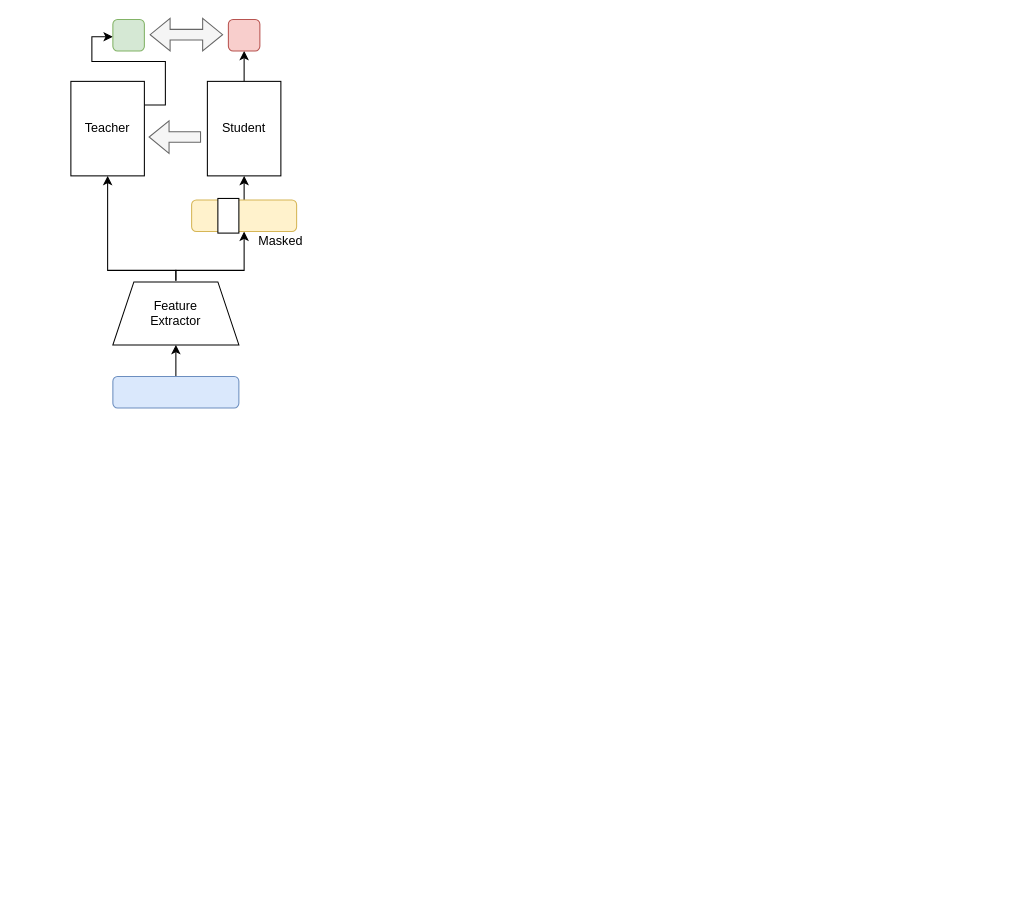
Before: Drafts/data2vec.drawio in xrysamuel/my-drawio, a draw.io diagram. Source tidied: cells renumbered, new cells numbered last; positions are measured from the earlier drawing's top-left corner, leaving out a move shared by most shapes. Both pictures are drawn from the tidied source at 105%, with x=0, y=0 at pixel (70, 19).
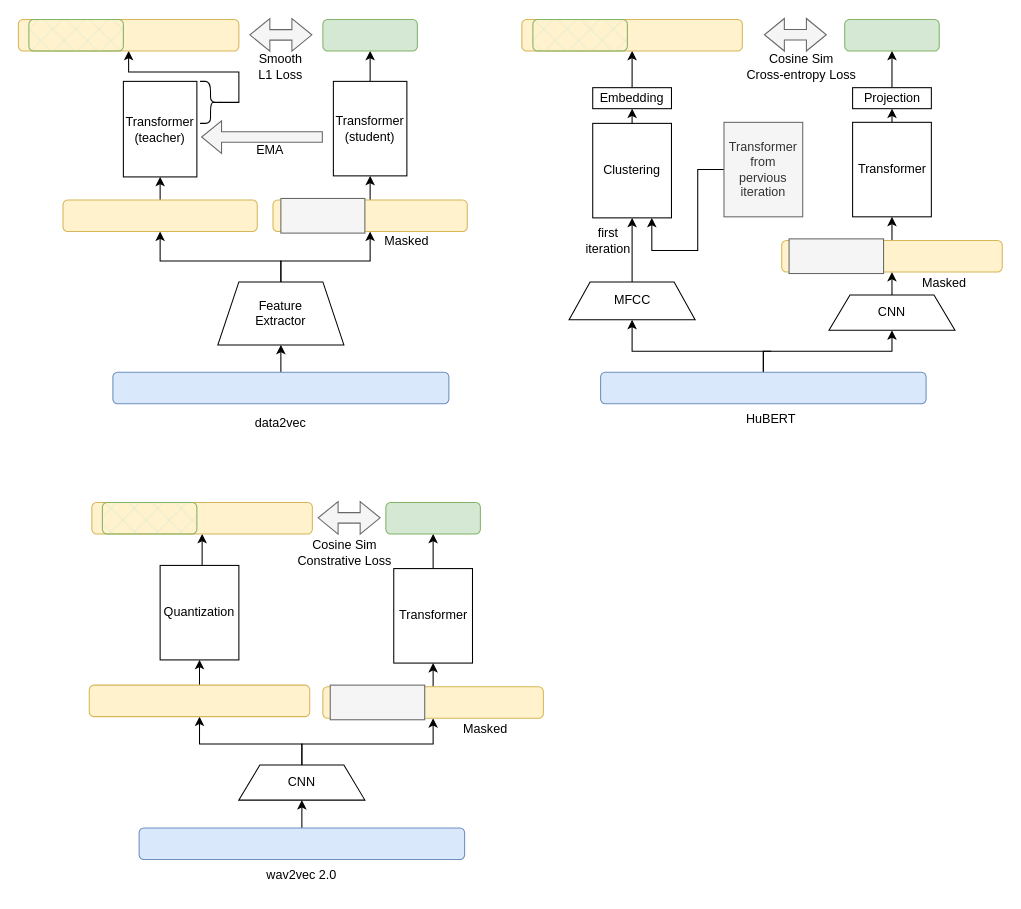
The same page after the edit.

What changed in the source:
```diff
@@
-    <mxCell id="3" style="edgeStyle=orthogonalEdgeStyle;rounded=0;jettySize=auto;html=1;exitX=0.5;exitY=0;exitDx=0;exitDy=0;" parent="1" edge="1" target="6">
-      <mxGeometry relative="1" as="geometry">
-        <mxPoint x="100" y="249" as="sourcePoint" />
-        <Array as="points">
-          <mxPoint x="100" y="239" />
-          <mxPoint x="35" y="239" />
-        </Array>
-      </mxGeometry>
-    </mxCell>
-    <mxCell id="4" style="edgeStyle=orthogonalEdgeStyle;rounded=0;jettySize=auto;html=1;exitX=0.5;exitY=0;exitDx=0;exitDy=0;entryX=0.5;entryY=1;entryDx=0;entryDy=0;" parent="1" edge="1" target="15">
+    <mxCell id="4" style="edgeStyle=orthogonalEdgeStyle;rounded=0;jettySize=auto;html=1;exitX=0.5;exitY=0;exitDx=0;exitDy=0;entryX=0.5;entryY=1;entryDx=0;entryDy=0;" parent="1" edge="1" source="12" target="15">
       <mxGeometry relative="1" as="geometry">
-        <mxPoint x="100" y="249" as="sourcePoint" />
         <Array as="points">
-          <mxPoint x="100" y="239" />
-          <mxPoint x="165" y="239" />
+          <mxPoint x="200" y="230" />
+          <mxPoint x="285" y="230" />
         </Array>
       </mxGeometry>
     </mxCell>
-    <mxCell id="5" style="edgeStyle=orthogonalEdgeStyle;rounded=0;jettySize=auto;html=1;exitX=1;exitY=0.25;exitDx=0;exitDy=0;entryX=0;entryY=0.5;entryDx=0;entryDy=0;" parent="1" edge="1" source="6">
-      <mxGeometry relative="1" as="geometry">
-        <mxPoint x="40" y="16.5" as="targetPoint" />
-        <Array as="points">
-          <mxPoint x="90" y="82" />
-          <mxPoint x="90" y="40" />
-          <mxPoint x="20" y="40" />
-          <mxPoint x="20" y="17" />
-        </Array>
-      </mxGeometry>
-    </mxCell>
-    <mxCell id="6" value="Teacher" style="rounded=0;whiteSpace=wrap;html=1;" parent="1" vertex="1">
-      <mxGeometry y="59" width="70" height="90" as="geometry" />
+    <mxCell id="6" value="Transformer&lt;div&gt;(teacher)&lt;/div&gt;" style="rounded=0;whiteSpace=wrap;html=1;" parent="1" vertex="1">
+      <mxGeometry x="50" y="59" width="70" height="91" as="geometry" />
     </mxCell>
     <mxCell id="7" style="edgeStyle=orthogonalEdgeStyle;rounded=0;jettySize=auto;html=1;exitX=0.5;exitY=0;exitDx=0;exitDy=0;entryX=0.5;entryY=1;entryDx=0;entryDy=0;" parent="1" edge="1" source="8" target="17">
       <mxGeometry relative="1" as="geometry">
         <Array as="points">
-          <mxPoint x="165" y="40" />
-          <mxPoint x="165" y="40" />
+          <mxPoint x="285" y="40" />
+          <mxPoint x="285" y="40" />
         </Array>
       </mxGeometry>
     </mxCell>
-    <mxCell id="8" value="Student" style="rounded=0;whiteSpace=wrap;html=1;" parent="1" vertex="1">
-      <mxGeometry x="130" y="59" width="70" height="90" as="geometry" />
+    <mxCell id="8" value="Transformer&lt;div&gt;(student)&lt;/div&gt;" style="rounded=0;whiteSpace=wrap;html=1;" parent="1" vertex="1">
+      <mxGeometry x="250" y="59" width="70" height="90" as="geometry" />
     </mxCell>
     <mxCell id="9" style="shape=flexArrow;endArrow=classic;html=1;rounded=0;fillColor=#f5f5f5;strokeColor=#666666;" parent="1" edge="1">
       <mxGeometry relative="1" as="geometry">
-        <mxPoint x="124" y="112" as="sourcePoint" />
-        <mxPoint x="74" y="112" as="targetPoint" />
+        <mxPoint x="240" y="112" as="sourcePoint" />
+        <mxPoint x="124" y="112" as="targetPoint" />
       </mxGeometry>
     </mxCell>
     <mxCell id="10" value="Masked" style="text;html=1;align=center;verticalAlign=middle;whiteSpace=wrap;rounded=0;" parent="1" vertex="1">
-      <mxGeometry x="170" y="196" width="60" height="30" as="geometry" />
+      <mxGeometry x="290" y="196" width="60" height="30" as="geometry" />
     </mxCell>
-    <mxCell id="11" style="shape=flexArrow;endArrow=classic;startArrow=classic;html=1;rounded=0;fillColor=#f5f5f5;strokeColor=#666666;" parent="1" edge="1">
+    <mxCell id="11" style="shape=flexArrow;endArrow=classic;startArrow=classic;html=1;rounded=0;fillColor=#f5f5f5;strokeColor=#666666;entryX=0;entryY=0.5;entryDx=0;entryDy=0;" parent="1" edge="1">
       <mxGeometry relative="1" as="geometry">
-        <mxPoint x="75" y="14.5" as="sourcePoint" />
-        <mxPoint x="145" y="14.5" as="targetPoint" />
+        <mxPoint x="170" y="14.7" as="sourcePoint" />
+        <mxPoint x="230" y="14.7" as="targetPoint" />
       </mxGeometry>
     </mxCell>
+    <mxCell id="19" style="edgeStyle=orthogonalEdgeStyle;rounded=0;jettySize=auto;html=1;exitX=0.5;exitY=0;exitDx=0;exitDy=0;entryX=0.5;entryY=1;entryDx=0;entryDy=0;" parent="1" edge="1" source="12" target="64">
+      <mxGeometry relative="1" as="geometry">
+        <Array as="points">
+          <mxPoint x="200" y="230" />
+          <mxPoint x="85" y="230" />
+        </Array>
+      </mxGeometry>
+    </mxCell>
     <mxCell id="12" value="Feature&lt;div&gt;Extractor&lt;/div&gt;" style="shape=trapezoid;perimeter=trapezoidPerimeter;whiteSpace=wrap;html=1;fixedSize=1;" parent="1" vertex="1">
-      <mxGeometry x="40" y="250" width="120" height="60" as="geometry" />
+      <mxGeometry x="140" y="250" width="120" height="60" as="geometry" />
     </mxCell>
@@
     <mxCell id="14" style="rounded=1;whiteSpace=wrap;html=1;fillColor=#dae8fc;strokeColor=#6c8ebf;" parent="1" vertex="1">
-      <mxGeometry x="40" y="340" width="120" height="30" as="geometry" />
+      <mxGeometry x="40" y="336" width="320" height="30" as="geometry" />
     </mxCell>
     <mxCell id="15" style="rounded=1;whiteSpace=wrap;html=1;fillColor=#fff2cc;strokeColor=#d6b656;" parent="1" vertex="1">
-      <mxGeometry x="115" y="172" width="100" height="30" as="geometry" />
+      <mxGeometry x="192.5" y="172" width="185" height="30" as="geometry" />
     </mxCell>
-    <mxCell id="16" style="rounded=0;whiteSpace=wrap;html=1;" parent="1" vertex="1">
-      <mxGeometry x="140" y="170.5" width="20" height="33" as="geometry" />
+    <mxCell id="16" style="rounded=0;whiteSpace=wrap;html=1;fillColor=#f5f5f5;fontColor=#333333;strokeColor=#666666;" parent="1" vertex="1">
+      <mxGeometry x="200" y="170.5" width="80" height="33" as="geometry" />
     </mxCell>
-    <mxCell id="17" style="rounded=1;whiteSpace=wrap;html=1;fillColor=#f8cecc;strokeColor=#b85450;" parent="1" vertex="1">
-      <mxGeometry x="150" width="30" height="30" as="geometry" />
+    <mxCell id="17" style="rounded=1;whiteSpace=wrap;html=1;fillColor=#d5e8d4;strokeColor=#82b366;" parent="1" vertex="1">
+      <mxGeometry x="240" width="90" height="30" as="geometry" />
     </mxCell>
-    <mxCell id="18" style="rounded=1;whiteSpace=wrap;html=1;fillColor=#d5e8d4;strokeColor=#82b366;" parent="1" vertex="1">
-      <mxGeometry x="40" width="30" height="30" as="geometry" />
-    </mxCell>
+    <mxCell id="20" value="data2vec" style="text;html=1;align=center;verticalAlign=middle;whiteSpace=wrap;rounded=0;" parent="1" vertex="1">
+      <mxGeometry x="170" y="370" width="60" height="30" as="geometry" />
+    </mxCell>
+    <mxCell id="21" style="edgeStyle=orthogonalEdgeStyle;rounded=0;jettySize=auto;html=1;exitX=0.5;exitY=0;exitDx=0;exitDy=0;entryX=0.5;entryY=1;entryDx=0;entryDy=0;" parent="1" edge="1" source="22" target="43">
+      <mxGeometry relative="1" as="geometry" />
+    </mxCell>
+    <mxCell id="22" value="MFCC" style="shape=trapezoid;perimeter=trapezoidPerimeter;whiteSpace=wrap;html=1;fixedSize=1;" parent="1" vertex="1">
+      <mxGeometry x="474.5" y="250" width="120" height="36" as="geometry" />
+    </mxCell>
+    <mxCell id="23" style="edgeStyle=orthogonalEdgeStyle;rounded=0;jettySize=auto;html=1;exitX=0.5;exitY=0;exitDx=0;exitDy=0;entryX=0.5;entryY=1;entryDx=0;entryDy=0;" parent="1" edge="1" source="25" target="22">
+      <mxGeometry relative="1" as="geometry">
+        <Array as="points">
+          <mxPoint x="667" y="316" />
+          <mxPoint x="535" y="316" />
+          <mxPoint x="535" y="286" />
+        </Array>
+      </mxGeometry>
+    </mxCell>
+    <mxCell id="24" style="edgeStyle=orthogonalEdgeStyle;rounded=0;jettySize=auto;html=1;exitX=0.5;exitY=0;exitDx=0;exitDy=0;entryX=0.5;entryY=1;entryDx=0;entryDy=0;" parent="1" edge="1" source="25" target="29">
+      <mxGeometry relative="1" as="geometry" />
+    </mxCell>
+    <mxCell id="25" style="rounded=1;whiteSpace=wrap;html=1;fillColor=#dae8fc;strokeColor=#6c8ebf;" parent="1" vertex="1">
+      <mxGeometry x="504.5" y="336" width="310" height="30" as="geometry" />
+    </mxCell>
+    <mxCell id="26" style="edgeStyle=orthogonalEdgeStyle;rounded=0;jettySize=auto;html=1;exitX=0.5;exitY=0;exitDx=0;exitDy=0;entryX=0.5;entryY=1;entryDx=0;entryDy=0;" parent="1" edge="1" source="27" target="45">
+      <mxGeometry relative="1" as="geometry" />
+    </mxCell>
+    <mxCell id="27" value="Transformer" style="rounded=0;whiteSpace=wrap;html=1;" parent="1" vertex="1">
+      <mxGeometry x="744.5" y="98" width="75" height="90" as="geometry" />
+    </mxCell>
+    <mxCell id="28" style="edgeStyle=orthogonalEdgeStyle;rounded=0;jettySize=auto;html=1;exitX=0.5;exitY=0;exitDx=0;exitDy=0;entryX=0.5;entryY=1;entryDx=0;entryDy=0;" parent="1" edge="1" source="29" target="31">
+      <mxGeometry relative="1" as="geometry" />
+    </mxCell>
+    <mxCell id="29" value="CNN" style="shape=trapezoid;perimeter=trapezoidPerimeter;whiteSpace=wrap;html=1;fixedSize=1;" parent="1" vertex="1">
+      <mxGeometry x="722" y="262.5" width="120" height="33.5" as="geometry" />
+    </mxCell>
+    <mxCell id="30" style="edgeStyle=orthogonalEdgeStyle;rounded=0;jettySize=auto;html=1;exitX=0.5;exitY=0;exitDx=0;exitDy=0;entryX=0.5;entryY=1;entryDx=0;entryDy=0;" parent="1" edge="1" source="31" target="27">
+      <mxGeometry relative="1" as="geometry" />
+    </mxCell>
+    <mxCell id="31" style="rounded=1;whiteSpace=wrap;html=1;fillColor=#fff2cc;strokeColor=#d6b656;" parent="1" vertex="1">
+      <mxGeometry x="677" y="210.5" width="210" height="30" as="geometry" />
+    </mxCell>
+    <mxCell id="32" style="rounded=0;whiteSpace=wrap;html=1;fillColor=#f5f5f5;fontColor=#333333;strokeColor=#666666;" parent="1" vertex="1">
+      <mxGeometry x="684" y="209" width="90" height="33" as="geometry" />
+    </mxCell>
+    <mxCell id="33" value="Masked" style="text;html=1;align=center;verticalAlign=middle;whiteSpace=wrap;rounded=0;" parent="1" vertex="1">
+      <mxGeometry x="802" y="236" width="60" height="30" as="geometry" />
+    </mxCell>
+    <mxCell id="34" value="HuBERT" style="text;html=1;align=center;verticalAlign=middle;whiteSpace=wrap;rounded=0;" parent="1" vertex="1">
+      <mxGeometry x="637" y="366" width="60" height="30" as="geometry" />
+    </mxCell>
+    <mxCell id="35" style="shape=flexArrow;endArrow=classic;startArrow=classic;html=1;rounded=0;fillColor=#f5f5f5;strokeColor=#666666;entryX=0;entryY=0.5;entryDx=0;entryDy=0;" parent="1" edge="1">
+      <mxGeometry relative="1" as="geometry">
+        <mxPoint x="660" y="14.6" as="sourcePoint" />
+        <mxPoint x="720" y="14.6" as="targetPoint" />
+      </mxGeometry>
+    </mxCell>
+    <mxCell id="36" style="edgeStyle=orthogonalEdgeStyle;rounded=0;jettySize=auto;html=1;exitX=0;exitY=0.5;exitDx=0;exitDy=0;entryX=0.75;entryY=1;entryDx=0;entryDy=0;" parent="1" edge="1" source="37" target="43">
+      <mxGeometry relative="1" as="geometry">
+        <Array as="points">
+          <mxPoint x="597" y="143" />
+          <mxPoint x="597" y="220" />
+          <mxPoint x="553" y="220" />
+        </Array>
+      </mxGeometry>
+    </mxCell>
+    <mxCell id="37" value="&lt;div&gt;Transformer&lt;/div&gt;&lt;div&gt;from&lt;/div&gt;&lt;div&gt;pervious&lt;/div&gt;&lt;div&gt;iteration&lt;/div&gt;" style="rounded=0;whiteSpace=wrap;html=1;fillColor=#f5f5f5;fontColor=#333333;strokeColor=#666666;" parent="1" vertex="1">
+      <mxGeometry x="622" y="98" width="75" height="90" as="geometry" />
+    </mxCell>
+    <mxCell id="38" value="EMA" style="text;html=1;align=center;verticalAlign=middle;whiteSpace=wrap;rounded=0;" parent="1" vertex="1">
+      <mxGeometry x="160" y="110" width="60" height="30" as="geometry" />
+    </mxCell>
+    <mxCell id="39" style="edgeStyle=orthogonalEdgeStyle;rounded=0;jettySize=auto;html=1;exitX=0.1;exitY=0.5;exitDx=0;exitDy=0;exitPerimeter=0;entryX=0.5;entryY=1;entryDx=0;entryDy=0;" parent="1" edge="1" source="40" target="71">
+      <mxGeometry relative="1" as="geometry">
+        <Array as="points">
+          <mxPoint x="160" y="79" />
+          <mxPoint x="160" y="50" />
+          <mxPoint x="55" y="50" />
+        </Array>
+      </mxGeometry>
+    </mxCell>
+    <mxCell id="40" style="shape=curlyBracket;whiteSpace=wrap;html=1;rounded=1;flipH=1;labelPosition=right;verticalLabelPosition=middle;align=left;verticalAlign=middle;size=0.5;" parent="1" vertex="1">
+      <mxGeometry x="123" y="59" width="20" height="40" as="geometry" />
+    </mxCell>
+    <mxCell id="41" value="&lt;div&gt;&lt;span style=&quot;background-color: initial;&quot;&gt;Smooth L1 Loss&lt;/span&gt;&lt;/div&gt;" style="text;html=1;align=center;verticalAlign=middle;whiteSpace=wrap;rounded=0;" parent="1" vertex="1">
+      <mxGeometry x="170" y="30" width="60" height="30" as="geometry" />
+    </mxCell>
+    <mxCell id="42" style="edgeStyle=orthogonalEdgeStyle;rounded=0;jettySize=auto;html=1;exitX=0.5;exitY=0;exitDx=0;exitDy=0;entryX=0.5;entryY=1;entryDx=0;entryDy=0;" parent="1" edge="1" source="43" target="70">
+      <mxGeometry relative="1" as="geometry" />
+    </mxCell>
+    <mxCell id="43" value="Clustering" style="rounded=0;whiteSpace=wrap;html=1;" parent="1" vertex="1">
+      <mxGeometry x="497" y="99" width="75" height="90" as="geometry" />
+    </mxCell>
+    <mxCell id="44" style="edgeStyle=orthogonalEdgeStyle;rounded=0;jettySize=auto;html=1;exitX=0.5;exitY=0;exitDx=0;exitDy=0;entryX=0.5;entryY=1;entryDx=0;entryDy=0;" parent="1" edge="1" source="45" target="68">
+      <mxGeometry relative="1" as="geometry" />
+    </mxCell>
+    <mxCell id="45" value="Projection" style="rounded=0;whiteSpace=wrap;html=1;" parent="1" vertex="1">
+      <mxGeometry x="744.5" y="65" width="75" height="20" as="geometry" />
+    </mxCell>
+    <mxCell id="46" style="edgeStyle=orthogonalEdgeStyle;rounded=0;jettySize=auto;html=1;exitX=0.5;exitY=0;exitDx=0;exitDy=0;entryX=0.5;entryY=1;entryDx=0;entryDy=0;" parent="1" edge="1" source="47" target="50">
+      <mxGeometry relative="1" as="geometry" />
+    </mxCell>
+    <mxCell id="47" style="rounded=1;whiteSpace=wrap;html=1;fillColor=#dae8fc;strokeColor=#6c8ebf;" parent="1" vertex="1">
+      <mxGeometry x="65" y="770" width="310" height="30" as="geometry" />
+    </mxCell>
+    <mxCell id="48" style="edgeStyle=orthogonalEdgeStyle;rounded=0;jettySize=auto;html=1;exitX=0.5;exitY=0;exitDx=0;exitDy=0;entryX=0.5;entryY=1;entryDx=0;entryDy=0;" parent="1" edge="1" source="50" target="56">
+      <mxGeometry relative="1" as="geometry">
+        <Array as="points">
+          <mxPoint x="220" y="690" />
+          <mxPoint x="345" y="690" />
+        </Array>
+      </mxGeometry>
+    </mxCell>
+    <mxCell id="49" style="edgeStyle=orthogonalEdgeStyle;rounded=0;jettySize=auto;html=1;exitX=0.5;exitY=0;exitDx=0;exitDy=0;entryX=0.5;entryY=1;entryDx=0;entryDy=0;" parent="1" edge="1" source="50" target="66">
+      <mxGeometry relative="1" as="geometry">
+        <Array as="points">
+          <mxPoint x="220" y="690" />
+          <mxPoint x="123" y="690" />
+        </Array>
+      </mxGeometry>
+    </mxCell>
+    <mxCell id="50" value="CNN" style="shape=trapezoid;perimeter=trapezoidPerimeter;whiteSpace=wrap;html=1;fixedSize=1;" parent="1" vertex="1">
+      <mxGeometry x="160" y="710" width="120" height="33.5" as="geometry" />
+    </mxCell>
+    <mxCell id="51" style="edgeStyle=orthogonalEdgeStyle;rounded=0;jettySize=auto;html=1;exitX=0.5;exitY=0;exitDx=0;exitDy=0;entryX=0.5;entryY=1;entryDx=0;entryDy=0;" parent="1" edge="1" source="52" target="61">
+      <mxGeometry relative="1" as="geometry" />
+    </mxCell>
+    <mxCell id="52" value="Quantization" style="rounded=0;whiteSpace=wrap;html=1;" parent="1" vertex="1">
+      <mxGeometry x="85" y="520" width="75" height="90" as="geometry" />
+    </mxCell>
+    <mxCell id="53" style="edgeStyle=orthogonalEdgeStyle;rounded=0;jettySize=auto;html=1;exitX=0.5;exitY=0;exitDx=0;exitDy=0;entryX=0.5;entryY=1;entryDx=0;entryDy=0;" parent="1" edge="1" source="54" target="60">
+      <mxGeometry relative="1" as="geometry" />
+    </mxCell>
+    <mxCell id="54" value="Transformer" style="rounded=0;whiteSpace=wrap;html=1;" parent="1" vertex="1">
+      <mxGeometry x="307.5" y="523" width="75" height="90" as="geometry" />
+    </mxCell>
+    <mxCell id="55" style="edgeStyle=orthogonalEdgeStyle;rounded=0;jettySize=auto;html=1;exitX=0.5;exitY=0;exitDx=0;exitDy=0;entryX=0.5;entryY=1;entryDx=0;entryDy=0;" parent="1" edge="1" source="56" target="54">
+      <mxGeometry relative="1" as="geometry" />
+    </mxCell>
+    <mxCell id="56" style="rounded=1;whiteSpace=wrap;html=1;fillColor=#fff2cc;strokeColor=#d6b656;" parent="1" vertex="1">
+      <mxGeometry x="240" y="635.5" width="210" height="30" as="geometry" />
+    </mxCell>
+    <mxCell id="57" style="rounded=0;whiteSpace=wrap;html=1;fillColor=#f5f5f5;fontColor=#333333;strokeColor=#666666;" parent="1" vertex="1">
+      <mxGeometry x="247" y="634" width="90" height="33" as="geometry" />
+    </mxCell>
+    <mxCell id="58" value="Masked" style="text;html=1;align=center;verticalAlign=middle;whiteSpace=wrap;rounded=0;" parent="1" vertex="1">
+      <mxGeometry x="365" y="661" width="60" height="30" as="geometry" />
+    </mxCell>
+    <mxCell id="59" value="&lt;div&gt;first&lt;/div&gt;&lt;div&gt;iteration&lt;/div&gt;" style="text;html=1;align=center;verticalAlign=middle;whiteSpace=wrap;rounded=0;" parent="1" vertex="1">
+      <mxGeometry x="482" y="196" width="60" height="30" as="geometry" />
+    </mxCell>
+    <mxCell id="60" style="rounded=1;whiteSpace=wrap;html=1;fillColor=#d5e8d4;strokeColor=#82b366;" parent="1" vertex="1">
+      <mxGeometry x="300" y="460" width="90" height="30" as="geometry" />
+    </mxCell>
+    <mxCell id="61" style="rounded=1;whiteSpace=wrap;html=1;fillColor=#fff2cc;strokeColor=#d6b656;" parent="1" vertex="1">
+      <mxGeometry x="20" y="460" width="210" height="30" as="geometry" />
+    </mxCell>
+    <mxCell id="62" style="shape=flexArrow;endArrow=classic;startArrow=classic;html=1;rounded=0;fillColor=#f5f5f5;strokeColor=#666666;entryX=0;entryY=0.5;entryDx=0;entryDy=0;" parent="1" edge="1">
+      <mxGeometry relative="1" as="geometry">
+        <mxPoint x="235" y="474.7" as="sourcePoint" />
+        <mxPoint x="295" y="474.7" as="targetPoint" />
+      </mxGeometry>
+    </mxCell>
+    <mxCell id="63" style="edgeStyle=orthogonalEdgeStyle;rounded=0;jettySize=auto;html=1;exitX=0.5;exitY=0;exitDx=0;exitDy=0;entryX=0.5;entryY=1;entryDx=0;entryDy=0;" parent="1" edge="1" source="64" target="6">
+      <mxGeometry relative="1" as="geometry" />
+    </mxCell>
+    <mxCell id="64" style="rounded=1;whiteSpace=wrap;html=1;fillColor=#fff2cc;strokeColor=#d6b656;" parent="1" vertex="1">
+      <mxGeometry x="-7.5" y="172" width="185" height="30" as="geometry" />
+    </mxCell>
+    <mxCell id="65" style="edgeStyle=orthogonalEdgeStyle;rounded=0;jettySize=auto;html=1;exitX=0.5;exitY=0;exitDx=0;exitDy=0;entryX=0.5;entryY=1;entryDx=0;entryDy=0;" parent="1" edge="1" source="66" target="52">
+      <mxGeometry relative="1" as="geometry" />
+    </mxCell>
+    <mxCell id="66" style="rounded=1;whiteSpace=wrap;html=1;fillColor=#fff2cc;strokeColor=#d6b656;" parent="1" vertex="1">
+      <mxGeometry x="17.5" y="634" width="210" height="30" as="geometry" />
+    </mxCell>
+    <mxCell id="67" value="wav2vec 2.0" style="text;html=1;align=center;verticalAlign=middle;whiteSpace=wrap;rounded=0;" parent="1" vertex="1">
+      <mxGeometry x="175" y="800" width="90" height="30" as="geometry" />
+    </mxCell>
+    <mxCell id="68" style="rounded=1;whiteSpace=wrap;html=1;fillColor=#d5e8d4;strokeColor=#82b366;" parent="1" vertex="1">
+      <mxGeometry x="737" width="90" height="30" as="geometry" />
+    </mxCell>
+    <mxCell id="69" style="edgeStyle=orthogonalEdgeStyle;rounded=0;jettySize=auto;html=1;" parent="1" edge="1" source="70" target="72">
+      <mxGeometry relative="1" as="geometry" />
+    </mxCell>
+    <mxCell id="70" value="Embedding" style="rounded=0;whiteSpace=wrap;html=1;" parent="1" vertex="1">
+      <mxGeometry x="497" y="65" width="75" height="20" as="geometry" />
+    </mxCell>
+    <mxCell id="71" style="rounded=1;whiteSpace=wrap;html=1;fillColor=#fff2cc;strokeColor=#d6b656;" parent="1" vertex="1">
+      <mxGeometry x="-50" width="210" height="30" as="geometry" />
+    </mxCell>
+    <mxCell id="72" style="rounded=1;whiteSpace=wrap;html=1;fillColor=#fff2cc;strokeColor=#d6b656;" parent="1" vertex="1">
+      <mxGeometry x="429.5" width="210" height="30" as="geometry" />
+    </mxCell>
+    <mxCell id="73" style="rounded=1;whiteSpace=wrap;html=1;fillColor=#d5e8d4;strokeColor=#82b366;fillStyle=cross-hatch;" parent="1" vertex="1">
+      <mxGeometry x="-40" width="90" height="30" as="geometry" />
+    </mxCell>
+    <mxCell id="74" style="rounded=1;whiteSpace=wrap;html=1;fillColor=#d5e8d4;strokeColor=#82b366;fillStyle=cross-hatch;" parent="1" vertex="1">
+      <mxGeometry x="440" width="90" height="30" as="geometry" />
+    </mxCell>
+    <mxCell id="75" style="rounded=1;whiteSpace=wrap;html=1;fillColor=#d5e8d4;strokeColor=#82b366;fillStyle=cross-hatch;" parent="1" vertex="1">
+      <mxGeometry x="30" y="460" width="90" height="30" as="geometry" />
+    </mxCell>
+    <mxCell id="76" value="&lt;div&gt;&lt;span style=&quot;background-color: initial;&quot;&gt;Cosine Sim&lt;/span&gt;&lt;/div&gt;&lt;div&gt;&lt;span style=&quot;background-color: initial;&quot;&gt;Cross-entropy Loss&lt;/span&gt;&lt;/div&gt;" style="text;html=1;align=center;verticalAlign=middle;whiteSpace=wrap;rounded=0;" parent="1" vertex="1">
+      <mxGeometry x="637" y="30" width="118" height="30" as="geometry" />
+    </mxCell>
+    <mxCell id="77" value="&lt;div&gt;&lt;span style=&quot;background-color: initial;&quot;&gt;Cosine Sim&lt;/span&gt;&lt;/div&gt;&lt;div&gt;&lt;span style=&quot;background-color: initial;&quot;&gt;Constrative Loss&lt;/span&gt;&lt;/div&gt;" style="text;html=1;align=center;verticalAlign=middle;whiteSpace=wrap;rounded=0;" parent="1" vertex="1">
+      <mxGeometry x="202" y="493" width="118" height="30" as="geometry" />
+    </mxCell>
```
